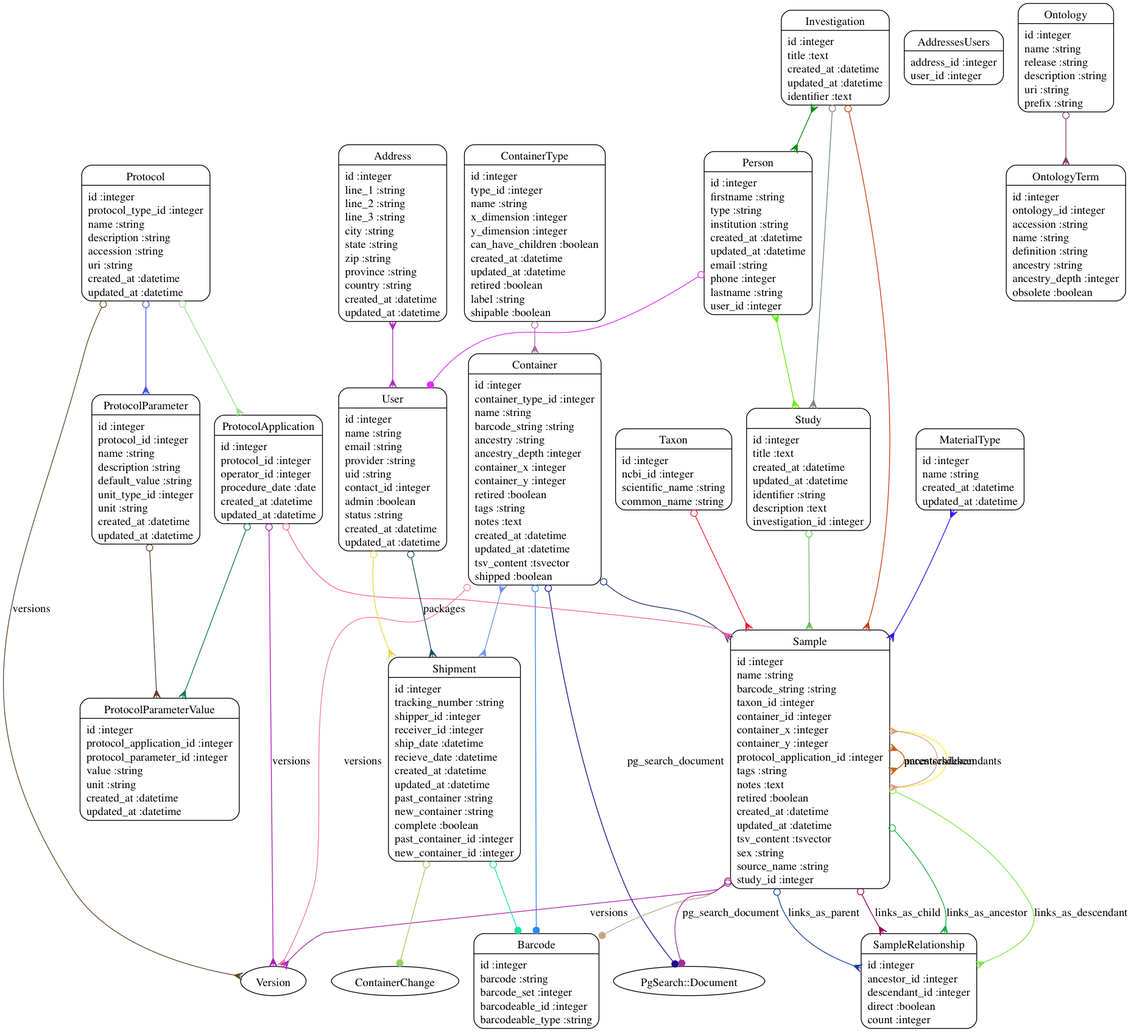
Above: models.png in dimitras/collos (Graphviz), before the change. Its source is kept beside it as models.dot.
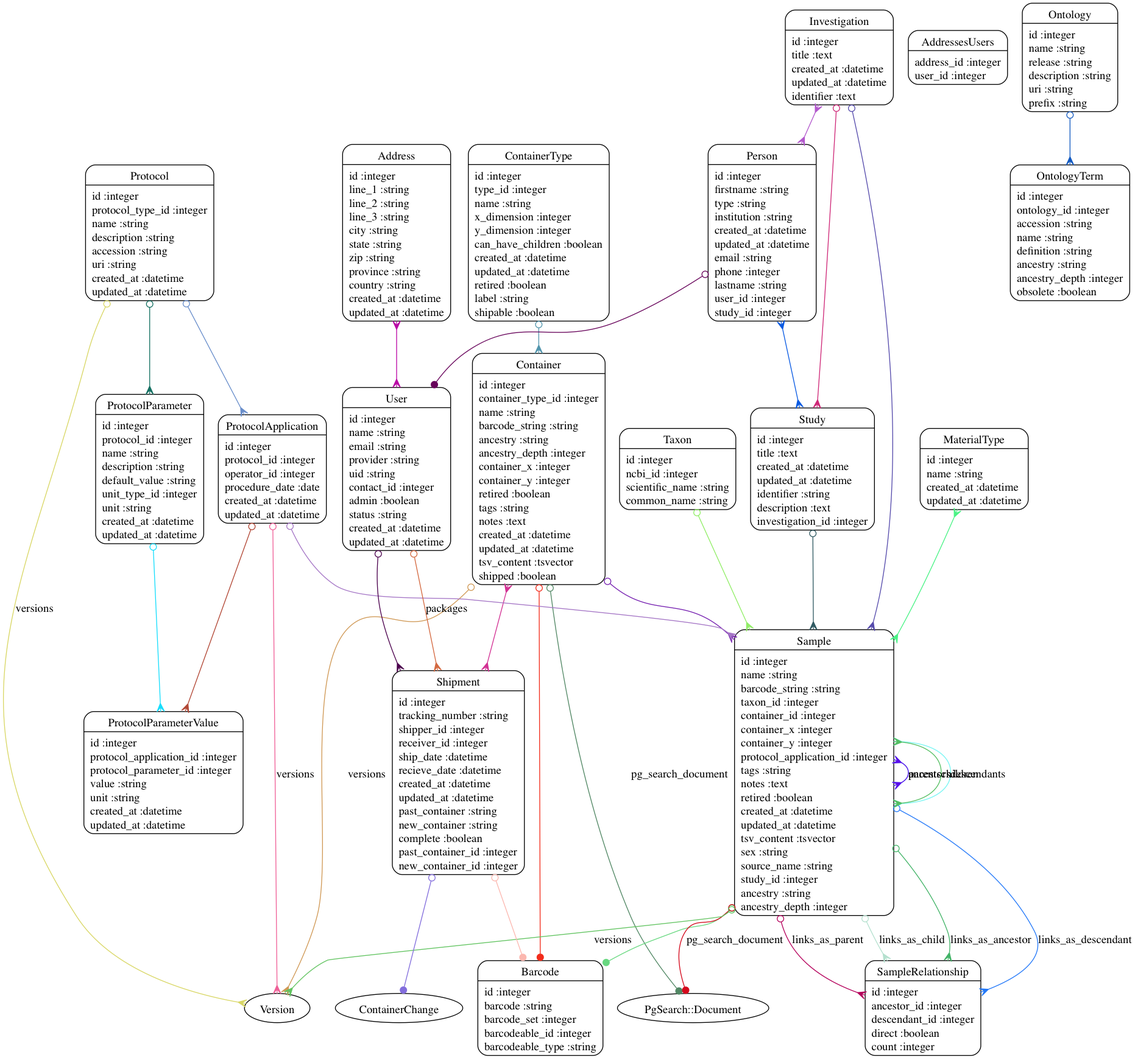
After the commit.

Diff of the diagram source:
```diff
@@ -9,53 +9,53 @@
 	"MaterialType" [shape=Mrecord, label="{MaterialType|id :integer\lname :string\lcreated_at :datetime\lupdated_at :datetime\l}"]
 	"Ontology" [shape=Mrecord, label="{Ontology|id :integer\lname :string\lrelease :string\ldescription :string\luri :string\lprefix :string\l}"]
 	"OntologyTerm" [shape=Mrecord, label="{OntologyTerm|id :integer\lontology_id :integer\laccession :string\lname :string\ldefinition :string\lancestry :string\lancestry_depth :integer\lobsolete :boolean\l}"]
-	"Person" [shape=Mrecord, label="{Person|id :integer\lfirstname :string\ltype :string\linstitution :string\lcreated_at :datetime\lupdated_at :datetime\lemail :string\lphone :integer\llastname :string\luser_id :integer\l}"]
+	"Person" [shape=Mrecord, label="{Person|id :integer\lfirstname :string\ltype :string\linstitution :string\lcreated_at :datetime\lupdated_at :datetime\lemail :string\lphone :integer\llastname :string\luser_id :integer\lstudy_id :integer\l}"]
 	"Protocol" [shape=Mrecord, label="{Protocol|id :integer\lprotocol_type_id :integer\lname :string\ldescription :string\laccession :string\luri :string\lcreated_at :datetime\lupdated_at :datetime\l}"]
 	"ProtocolApplication" [shape=Mrecord, label="{ProtocolApplication|id :integer\lprotocol_id :integer\loperator_id :integer\lprocedure_date :date\lcreated_at :datetime\lupdated_at :datetime\l}"]
 	"ProtocolParameter" [shape=Mrecord, label="{ProtocolParameter|id :integer\lprotocol_id :integer\lname :string\ldescription :string\ldefault_value :string\lunit_type_id :integer\lunit :string\lcreated_at :datetime\lupdated_at :datetime\l}"]
 	"ProtocolParameterValue" [shape=Mrecord, label="{ProtocolParameterValue|id :integer\lprotocol_application_id :integer\lprotocol_parameter_id :integer\lvalue :string\lunit :string\lcreated_at :datetime\lupdated_at :datetime\l}"]
-	"Sample" [shape=Mrecord, label="{Sample|id :integer\lname :string\lbarcode_string :string\ltaxon_id :integer\lcontainer_id :integer\lcontainer_x :integer\lcontainer_y :integer\lprotocol_application_id :integer\ltags :string\lnotes :text\lretired :boolean\lcreated_at :datetime\lupdated_at :datetime\ltsv_content :tsvector\lsex :string\lsource_name :string\lstudy_id :integer\l}"]
+	"Sample" [shape=Mrecord, label="{Sample|id :integer\lname :string\lbarcode_string :string\ltaxon_id :integer\lcontainer_id :integer\lcontainer_x :integer\lcontainer_y :integer\lprotocol_application_id :integer\ltags :string\lnotes :text\lretired :boolean\lcreated_at :datetime\lupdated_at :datetime\ltsv_content :tsvector\lsex :string\lsource_name :string\lstudy_id :integer\lancestry :string\lancestry_depth :integer\l}"]
 	"SampleRelationship" [shape=Mrecord, label="{SampleRelationship|id :integer\lancestor_id :integer\ldescendant_id :integer\ldirect :boolean\lcount :integer\l}"]
 	"Shipment" [shape=Mrecord, label="{Shipment|id :integer\ltracking_number :string\lshipper_id :integer\lreceiver_id :integer\lship_date :datetime\lrecieve_date :datetime\lcreated_at :datetime\lupdated_at :datetime\lpast_container :string\lnew_container :string\lcomplete :boolean\lpast_container_id :integer\lnew_container_id :integer\l}"]
 	"Study" [shape=Mrecord, label="{Study|id :integer\ltitle :text\lcreated_at :datetime\lupdated_at :datetime\lidentifier :string\ldescription :text\linvestigation_id :integer\l}"]
 	"Taxon" [shape=Mrecord, label="{Taxon|id :integer\lncbi_id :integer\lscientific_name :string\lcommon_name :string\l}"]
 	"User" [shape=Mrecord, label="{User|id :integer\lname :string\lemail :string\lprovider :string\luid :string\lcontact_id :integer\ladmin :boolean\lstatus :string\lcreated_at :datetime\lupdated_at :datetime\l}"]
-	"Address" -> "User" [arrowtail=crow, arrowhead=crow, dir=both color="#AC28C4"]
-	"Container" -> "Sample" [arrowtail=odot, arrowhead=crow, dir=both color="#1D3478"]
-	"Container" -> "Barcode" [arrowtail=odot, arrowhead=dot, dir=both color="#2A87F0"]
-	"Container" -> "Shipment" [arrowtail=crow, arrowhead=crow, dir=both color="#6B91F4"]
-	"Container" -> "Version" [label="versions", arrowtail=odot, arrowhead=crow, dir=both color="#FC76A5"]
-	"Container" -> "PgSearch::Document" [label="pg_search_document", arrowtail=odot, arrowhead=dot, dir=both color="#200C8F"]
-	"ContainerType" -> "Container" [arrowtail=odot, arrowhead=crow, dir=both color="#A96E9E"]
-	"Investigation" -> "Study" [arrowtail=odot, arrowhead=crow, dir=both color="#728385"]
-	"Investigation" -> "Sample" [arrowtail=odot, arrowhead=crow, dir=both color="#CD3C11"]
-	"Investigation" -> "Person" [arrowtail=crow, arrowhead=crow, dir=both color="#0A8A10"]
-	"MaterialType" -> "Sample" [arrowtail=crow, arrowhead=crow, dir=both color="#3212F1"]
-	"Ontology" -> "OntologyTerm" [arrowtail=odot, arrowhead=crow, dir=both color="#853E70"]
-	"Person" -> "Study" [arrowtail=crow, arrowhead=crow, dir=both color="#61EC0D"]
-	"Person" -> "User" [arrowtail=odot, arrowhead=dot, dir=both color="#E22DFD"]
-	"Protocol" -> "ProtocolApplication" [arrowtail=odot, arrowhead=crow, dir=both color="#9EDB94"]
-	"Protocol" -> "ProtocolParameter" [arrowtail=odot, arrowhead=crow, dir=both color="#4351EC"]
-	"Protocol" -> "Version" [label="versions", arrowtail=odot, arrowhead=crow, dir=both color="#654827"]
-	"ProtocolApplication" -> "Sample" [arrowtail=odot, arrowhead=crow, dir=both color="#FC61A2"]
-	"ProtocolApplication" -> "ProtocolParameterValue" [arrowtail=odot, arrowhead=crow, dir=both color="#107D42"]
-	"ProtocolApplication" -> "Version" [label="versions", arrowtail=odot, arrowhead=crow, dir=both color="#AA17BA"]
-	"ProtocolParameter" -> "ProtocolParameterValue" [arrowtail=odot, arrowhead=crow, dir=both color="#643D2A"]
-	"Sample" -> "Barcode" [arrowtail=odot, arrowhead=dot, dir=both color="#C7A585"]
-	"Sample" -> "SampleRelationship" [label="links_as_ancestor", arrowtail=odot, arrowhead=crow, dir=both color="#1CB13E"]
-	"Sample" -> "SampleRelationship" [label="links_as_descendant", arrowtail=odot, arrowhead=crow, dir=both color="#7BE843"]
-	"Sample" -> "Sample" [label="ancestors", arrowtail=crow, arrowhead=crow, dir=both color="#CAC400"]
-	"Sample" -> "Sample" [label="descendants", arrowtail=crow, arrowhead=crow, dir=both color="#FCED2C"]
-	"Sample" -> "SampleRelationship" [label="links_as_parent", arrowtail=odot, arrowhead=crow, dir=both color="#16439D"]
-	"Sample" -> "SampleRelationship" [label="links_as_child", arrowtail=odot, arrowhead=crow, dir=both color="#96014C"]
-	"Sample" -> "Sample" [label="parents", arrowtail=crow, arrowhead=crow, dir=both color="#C3632C"]
-	"Sample" -> "Sample" [label="children", arrowtail=crow, arrowhead=crow, dir=both color="#DA9D8E"]
-	"Sample" -> "PgSearch::Document" [label="pg_search_document", arrowtail=odot, arrowhead=dot, dir=both color="#9C309F"]
-	"Sample" -> "Version" [label="versions", arrowtail=odot, arrowhead=crow, dir=both color="#B327B8"]
-	"Shipment" -> "Barcode" [arrowtail=odot, arrowhead=dot, dir=both color="#1DDFA5"]
-	"Shipment" -> "ContainerChange" [arrowtail=odot, arrowhead=dot, dir=both color="#9FCE61"]
-	"Study" -> "Sample" [arrowtail=odot, arrowhead=crow, dir=both color="#6BBE5B"]
-	"Taxon" -> "Sample" [arrowtail=odot, arrowhead=crow, dir=both color="#F81B2E"]
-	"User" -> "Shipment" [arrowtail=odot, arrowhead=crow, dir=both color="#E9D445"]
-	"User" -> "Shipment" [label="packages", arrowtail=odot, arrowhead=crow, dir=both color="#184A59"]
+	"Address" -> "User" [arrowtail=crow, arrowhead=crow, dir=both color="#B907A5"]
+	"Container" -> "Sample" [arrowtail=odot, arrowhead=crow, dir=both color="#741EAF"]
+	"Container" -> "Barcode" [arrowtail=odot, arrowhead=dot, dir=both color="#F22C1B"]
+	"Container" -> "Shipment" [arrowtail=crow, arrowhead=crow, dir=both color="#D23093"]
+	"Container" -> "Version" [label="versions", arrowtail=odot, arrowhead=crow, dir=both color="#CF9855"]
+	"Container" -> "PgSearch::Document" [label="pg_search_document", arrowtail=odot, arrowhead=dot, dir=both color="#518764"]
+	"ContainerType" -> "Container" [arrowtail=odot, arrowhead=crow, dir=both color="#5295AD"]
+	"Investigation" -> "Study" [arrowtail=odot, arrowhead=crow, dir=both color="#CE2777"]
+	"Investigation" -> "Sample" [arrowtail=odot, arrowhead=crow, dir=both color="#554AAB"]
+	"Investigation" -> "Person" [arrowtail=crow, arrowhead=crow, dir=both color="#B258CC"]
+	"MaterialType" -> "Sample" [arrowtail=crow, arrowhead=crow, dir=both color="#4AF285"]
+	"Ontology" -> "OntologyTerm" [arrowtail=odot, arrowhead=crow, dir=both color="#1259C0"]
+	"Person" -> "Study" [arrowtail=crow, arrowhead=crow, dir=both color="#095AE2"]
+	"Person" -> "User" [arrowtail=odot, arrowhead=dot, dir=both color="#67035A"]
+	"Protocol" -> "ProtocolApplication" [arrowtail=odot, arrowhead=crow, dir=both color="#688DCA"]
+	"Protocol" -> "ProtocolParameter" [arrowtail=odot, arrowhead=crow, dir=both color="#157062"]
+	"Protocol" -> "Version" [label="versions", arrowtail=odot, arrowhead=crow, dir=both color="#D8D665"]
+	"ProtocolApplication" -> "Sample" [arrowtail=odot, arrowhead=crow, dir=both color="#A475C5"]
+	"ProtocolApplication" -> "ProtocolParameterValue" [arrowtail=odot, arrowhead=crow, dir=both color="#B14634"]
+	"ProtocolApplication" -> "Version" [label="versions", arrowtail=odot, arrowhead=crow, dir=both color="#EF5F97"]
+	"ProtocolParameter" -> "ProtocolParameterValue" [arrowtail=odot, arrowhead=crow, dir=both color="#16DDFC"]
+	"Sample" -> "Barcode" [arrowtail=odot, arrowhead=dot, dir=both color="#69D881"]
+	"Sample" -> "SampleRelationship" [label="links_as_ancestor", arrowtail=odot, arrowhead=crow, dir=both color="#42B367"]
+	"Sample" -> "SampleRelationship" [label="links_as_descendant", arrowtail=odot, arrowhead=crow, dir=both color="#2378F8"]
+	"Sample" -> "Sample" [label="ancestors", arrowtail=crow, arrowhead=crow, dir=both color="#6FDCEF"]
+	"Sample" -> "Sample" [label="descendants", arrowtail=crow, arrowhead=crow, dir=both color="#77F4F2"]
+	"Sample" -> "SampleRelationship" [label="links_as_parent", arrowtail=odot, arrowhead=crow, dir=both color="#B4015B"]
+	"Sample" -> "SampleRelationship" [label="links_as_child", arrowtail=odot, arrowhead=crow, dir=both color="#B4E0CE"]
+	"Sample" -> "Sample" [label="parents", arrowtail=crow, arrowhead=crow, dir=both color="#5B0BEB"]
+	"Sample" -> "Sample" [label="children", arrowtail=crow, arrowhead=crow, dir=both color="#55BE62"]
+	"Sample" -> "PgSearch::Document" [label="pg_search_document", arrowtail=odot, arrowhead=dot, dir=both color="#D4091C"]
+	"Sample" -> "Version" [label="versions", arrowtail=odot, arrowhead=crow, dir=both color="#61C360"]
+	"Shipment" -> "Barcode" [arrowtail=odot, arrowhead=dot, dir=both color="#FBB7AF"]
+	"Shipment" -> "ContainerChange" [arrowtail=odot, arrowhead=dot, dir=both color="#826DDC"]
+	"Study" -> "Sample" [arrowtail=odot, arrowhead=crow, dir=both color="#305A62"]
+	"Taxon" -> "Sample" [arrowtail=odot, arrowhead=crow, dir=both color="#91ED67"]
+	"User" -> "Shipment" [arrowtail=odot, arrowhead=crow, dir=both color="#4B014D"]
+	"User" -> "Shipment" [label="packages", arrowtail=odot, arrowhead=crow, dir=both color="#D3683F"]
 }
```
